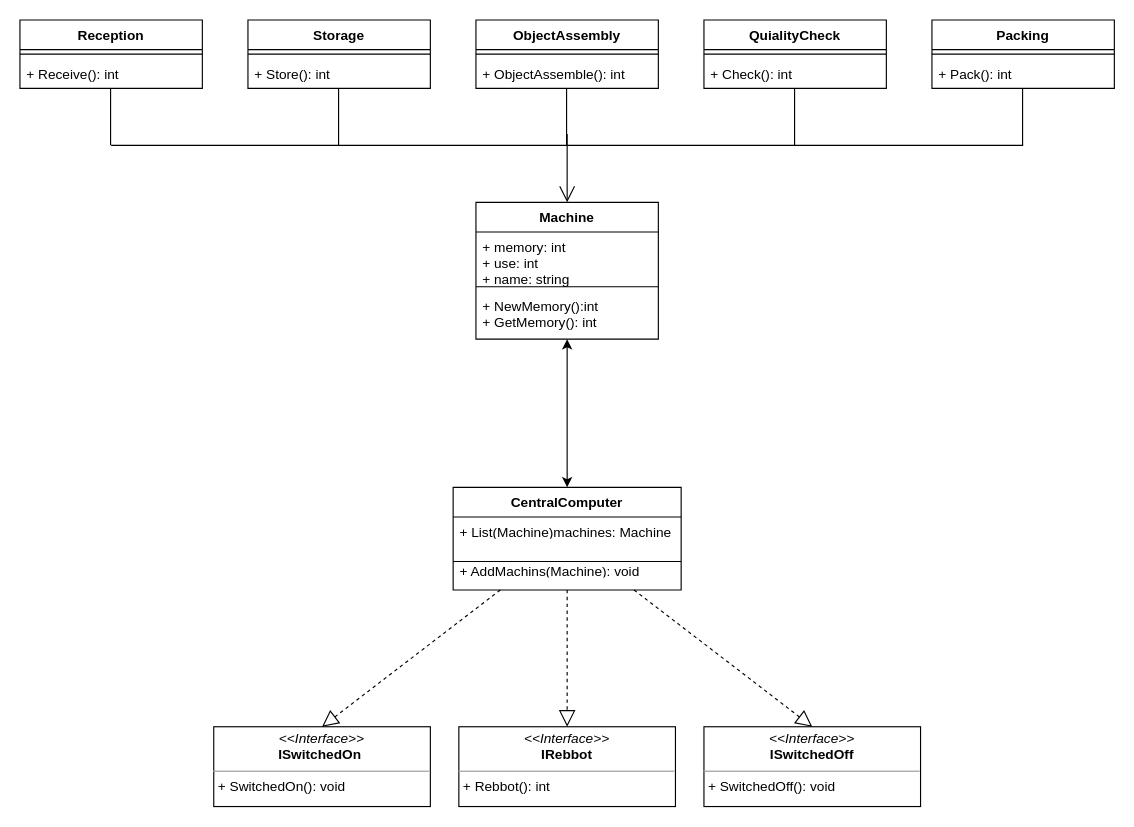
Before: page "Parte 1" (1 of 2) of Parte 1 UML.drawio in ICC3101-202010/laboratorio-04-mabinder96, a draw.io diagram. Source tidied: cells renumbered, new cells numbered last; positions are measured from the earlier drawing's top-left corner, leaving out a move shared by most shapes. Both pictures are drawn from the tidied source at 114%, with x=0, y=0 at pixel (19, 19).
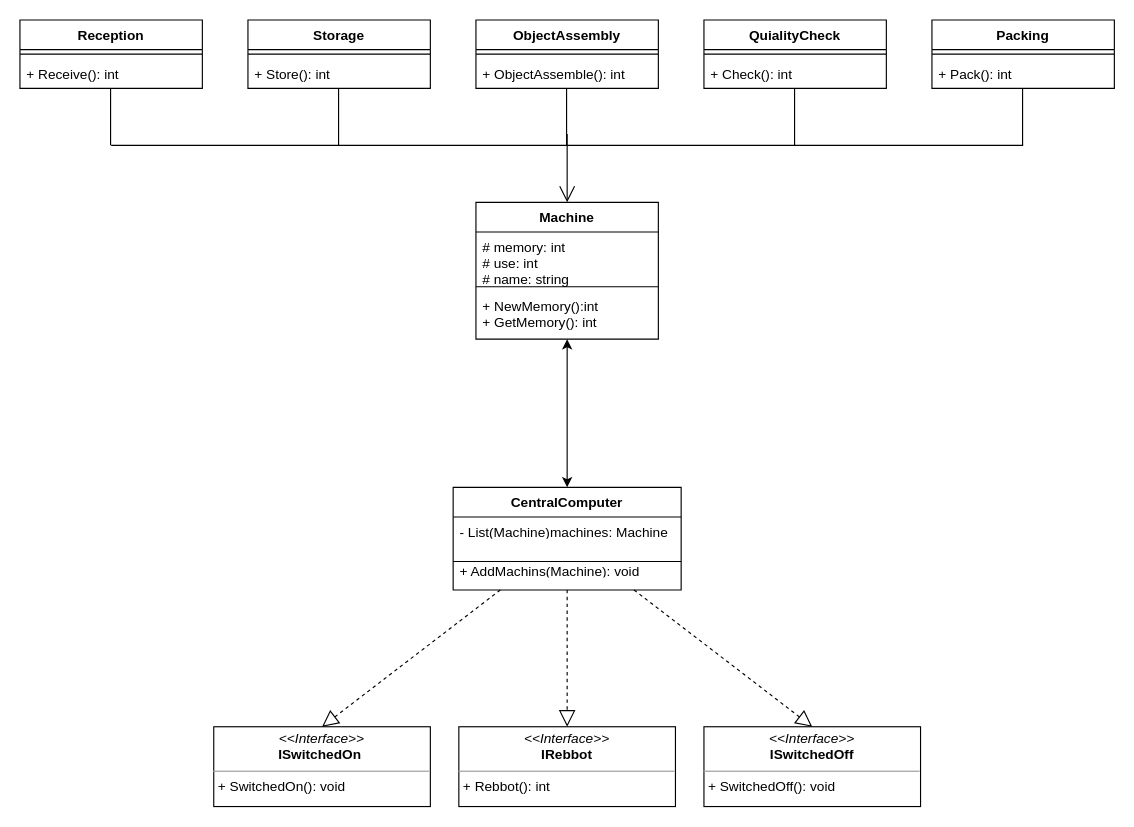
The same page after the edit.

The change refers to these unchanged cells:
```xml
<mxCell id="21" value="Machine" style="swimlane;fontStyle=1;align=center;verticalAlign=top;horizontal=1;startSize=26;" parent="1" vertex="1">
  <mxGeometry x="400" y="160" width="160" height="120" as="geometry" />
</mxCell>
<mxCell id="25" value="CentralComputer" style="swimlane;fontStyle=1;align=center;verticalAlign=top;horizontal=1;startSize=26;" parent="1" vertex="1">
  <mxGeometry x="380" y="410" width="200" height="90" as="geometry" />
</mxCell>
```

Change to the diagram source:
```diff
@@
-    <mxCell id="22" value="+ memory: int&#10;+ use: int&#10;+ name: string" style="text;strokeColor=none;fillColor=none;align=left;verticalAlign=top;spacingLeft=4;spacingRight=4;overflow=hidden;" parent="21" vertex="1">
+    <mxCell id="22" value="# memory: int&#10;# use: int&#10;# name: string" style="text;strokeColor=none;fillColor=none;align=left;verticalAlign=top;spacingLeft=4;spacingRight=4;overflow=hidden;" parent="21" vertex="1">
       <mxGeometry y="26" width="160" height="44" as="geometry" />
     </mxCell>
@@
-    <mxCell id="26" value="+ List(Machine)machines: Machine" style="text;strokeColor=none;fillColor=none;align=left;verticalAlign=top;spacingLeft=4;spacingRight=4;overflow=hidden;" parent="25" vertex="1">
+    <mxCell id="26" value="- List(Machine)machines: Machine" style="text;strokeColor=none;fillColor=none;align=left;verticalAlign=top;spacingLeft=4;spacingRight=4;overflow=hidden;" parent="25" vertex="1">
       <mxGeometry y="26" width="200" height="14" as="geometry" />
     </mxCell>
```
